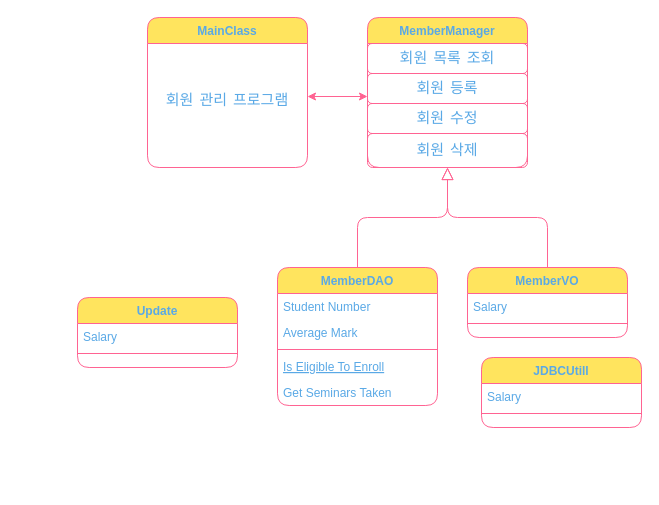
This is src/project/Untitled Diagram.drawio from wijoonwu/JavaProgrammingToyProject, a draw.io file, before an edit. Source tidied: cells renumbered, new cells numbered last; positions are measured from the earlier drawing's top-left corner, leaving out a move shared by most shapes. Both pictures are drawn from the tidied source at 100%, with x=0, y=0 at pixel (77, 17).
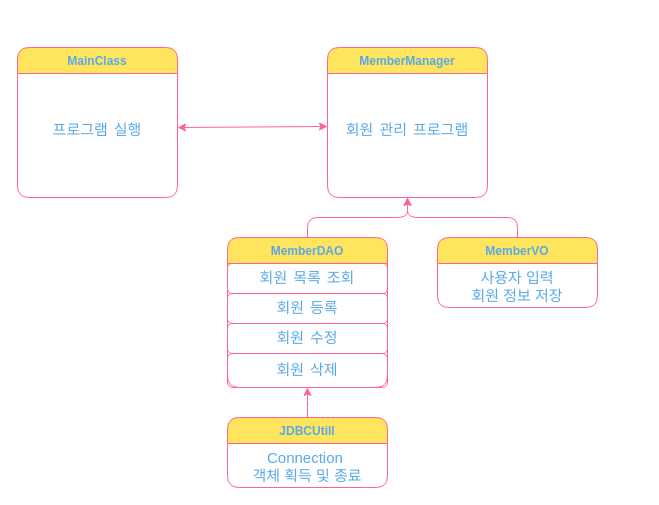
Above is the later version.

What changed in the source:
```diff
@@
     <mxCell id="2" value="MemberManager" style="swimlane;fontStyle=1;align=center;verticalAlign=top;horizontal=1;startSize=26;rounded=1;shadow=0;strokeWidth=1;fillColor=#FFE45E;strokeColor=#FF6392;fontColor=#5AA9E6;" parent="1" vertex="1">
-      <mxGeometry x="290" width="160" height="150" as="geometry" />
+      <mxGeometry x="250" y="30" width="160" height="150" as="geometry" />
     </mxCell>
+    <mxCell id="28" value="회원 관리 프로그램" style="text;align=center;verticalAlign=middle;spacingLeft=4;spacingRight=4;overflow=hidden;fontColor=#5AA9E6;rounded=1;fontStyle=0;fontSize=15;fontFamily=Comic Sans MS;" parent="2" vertex="1">
+      <mxGeometry y="26" width="160" height="110" as="geometry" />
+    </mxCell>
+    <mxCell id="13" style="edgeStyle=orthogonalEdgeStyle;rounded=1;jettySize=auto;html=1;entryX=0.5;entryY=1;entryDx=0;entryDy=0;fontFamily=Comic Sans MS;fontSize=15;fontColor=#5AA9E6;strokeColor=#FF6392;fillColor=#FFE45E;" parent="1" edge="1" source="7" target="2">
+      <mxGeometry relative="1" as="geometry" />
+    </mxCell>
+    <mxCell id="7" value="MemberDAO" style="swimlane;fontStyle=1;align=center;verticalAlign=top;horizontal=1;startSize=26;rounded=1;shadow=0;strokeWidth=1;fillColor=#FFE45E;strokeColor=#FF6392;fontColor=#5AA9E6;" parent="1" vertex="1">
+      <mxGeometry x="150" y="220" width="160" height="150" as="geometry" />
+    </mxCell>
-    <mxCell id="3" value="회원 목록 조회" style="rounded=1;whiteSpace=wrap;html=1;glass=0;fontFamily=Comic Sans MS;fontSize=15;fontColor=#5AA9E6;strokeColor=#FF6392;fillColor=none;gradientColor=none;" parent="2" vertex="1">
+    <mxCell id="3" value="회원 목록 조회" style="rounded=1;whiteSpace=wrap;html=1;glass=0;fontFamily=Comic Sans MS;fontSize=15;fontColor=#5AA9E6;strokeColor=#FF6392;fillColor=none;gradientColor=none;" parent="7" vertex="1">
       <mxGeometry y="26" width="160" height="30" as="geometry" />
     </mxCell>
-    <mxCell id="4" value="회원 등록" style="rounded=1;whiteSpace=wrap;html=1;glass=0;fontFamily=Comic Sans MS;fontSize=15;fontColor=#5AA9E6;strokeColor=#FF6392;fillColor=none;gradientColor=none;" parent="2" vertex="1">
+    <mxCell id="4" value="회원 등록" style="rounded=1;whiteSpace=wrap;html=1;glass=0;fontFamily=Comic Sans MS;fontSize=15;fontColor=#5AA9E6;strokeColor=#FF6392;fillColor=none;gradientColor=none;" parent="7" vertex="1">
       <mxGeometry y="56" width="160" height="30" as="geometry" />
     </mxCell>
-    <mxCell id="5" value="회원 수정" style="rounded=1;whiteSpace=wrap;html=1;glass=0;fontFamily=Comic Sans MS;fontSize=15;fontColor=#5AA9E6;strokeColor=#FF6392;fillColor=none;gradientColor=none;" parent="2" vertex="1">
+    <mxCell id="5" value="회원 수정" style="rounded=1;whiteSpace=wrap;html=1;glass=0;fontFamily=Comic Sans MS;fontSize=15;fontColor=#5AA9E6;strokeColor=#FF6392;fillColor=none;gradientColor=none;" parent="7" vertex="1">
       <mxGeometry y="86" width="160" height="30" as="geometry" />
     </mxCell>
-    <mxCell id="6" value="회원 삭제" style="rounded=1;whiteSpace=wrap;html=1;glass=0;fontFamily=Comic Sans MS;fontSize=15;fontColor=#5AA9E6;strokeColor=#FF6392;fillColor=none;gradientColor=none;" parent="2" vertex="1">
+    <mxCell id="6" value="회원 삭제" style="rounded=1;whiteSpace=wrap;html=1;glass=0;fontFamily=Comic Sans MS;fontSize=15;fontColor=#5AA9E6;strokeColor=#FF6392;fillColor=none;gradientColor=none;" parent="7" vertex="1">
       <mxGeometry y="116" width="160" height="34" as="geometry" />
     </mxCell>
-    <mxCell id="7" value="MemberDAO" style="swimlane;fontStyle=1;align=center;verticalAlign=top;horizontal=1;startSize=26;rounded=1;shadow=0;strokeWidth=1;fillColor=#FFE45E;strokeColor=#FF6392;fontColor=#5AA9E6;" parent="1" vertex="1">
-      <mxGeometry x="200" y="250" width="160" height="138" as="geometry" />
-    </mxCell>
-    <mxCell id="8" value="Student Number" style="text;align=left;verticalAlign=top;spacingLeft=4;spacingRight=4;overflow=hidden;fontColor=#5AA9E6;rounded=1;" parent="7" vertex="1">
-      <mxGeometry y="26" width="160" height="26" as="geometry" />
-    </mxCell>
-    <mxCell id="9" value="Average Mark" style="text;align=left;verticalAlign=top;spacingLeft=4;spacingRight=4;overflow=hidden;rounded=1;shadow=0;html=0;fontColor=#5AA9E6;" parent="7" vertex="1">
-      <mxGeometry y="52" width="160" height="26" as="geometry" />
-    </mxCell>
-    <mxCell id="10" style="line;html=1;strokeWidth=1;align=left;verticalAlign=middle;spacingTop=-1;spacingLeft=3;spacingRight=3;labelPosition=right;fillColor=#FFE45E;strokeColor=#FF6392;fontColor=#5AA9E6;rounded=1;" parent="7" vertex="1">
-      <mxGeometry y="78" width="160" height="8" as="geometry" />
-    </mxCell>
-    <mxCell id="11" value="Is Eligible To Enroll" style="text;align=left;verticalAlign=top;spacingLeft=4;spacingRight=4;overflow=hidden;fontStyle=4;fontColor=#5AA9E6;rounded=1;" parent="7" vertex="1">
-      <mxGeometry y="86" width="160" height="26" as="geometry" />
-    </mxCell>
-    <mxCell id="12" value="Get Seminars Taken" style="text;align=left;verticalAlign=top;spacingLeft=4;spacingRight=4;overflow=hidden;fontColor=#5AA9E6;rounded=1;" parent="7" vertex="1">
-      <mxGeometry y="112" width="160" height="26" as="geometry" />
-    </mxCell>
-    <mxCell id="13" style="endArrow=block;endSize=10;endFill=0;shadow=0;strokeWidth=1;rounded=1;edgeStyle=elbowEdgeStyle;elbow=vertical;strokeColor=#FF6392;fontColor=#5AA9E6;" parent="1" edge="1" source="7" target="2">
-      <mxGeometry relative="1" as="geometry" />
-    </mxCell>
+    <mxCell id="17" style="edgeStyle=orthogonalEdgeStyle;rounded=1;jettySize=auto;html=1;exitX=0.5;exitY=0;exitDx=0;exitDy=0;fontFamily=Comic Sans MS;fontSize=15;fontColor=#5AA9E6;strokeColor=#FF6392;fillColor=#FFE45E;entryX=0.5;entryY=1;entryDx=0;entryDy=0;" parent="1" edge="1" source="14" target="2">
+      <mxGeometry relative="1" as="geometry" />
+    </mxCell>
-    <mxCell id="14" value="MemberVO" style="swimlane;fontStyle=1;align=center;verticalAlign=top;horizontal=1;startSize=26;rounded=1;shadow=0;strokeWidth=1;fillColor=#FFE45E;strokeColor=#FF6392;fontColor=#5AA9E6;" parent="1" vertex="1">
-      <mxGeometry x="390" y="250" width="160" height="70" as="geometry" />
+    <mxCell id="14" value="MemberVO" style="swimlane;fontStyle=1;align=center;verticalAlign=middle;horizontal=1;startSize=26;rounded=1;shadow=0;strokeWidth=1;fillColor=#FFE45E;strokeColor=#FF6392;fontColor=#5AA9E6;" parent="1" vertex="1">
+      <mxGeometry x="360" y="220" width="160" height="70" as="geometry" />
     </mxCell>
-    <mxCell id="15" value="Salary" style="text;align=left;verticalAlign=top;spacingLeft=4;spacingRight=4;overflow=hidden;fontColor=#5AA9E6;rounded=1;" parent="14" vertex="1">
-      <mxGeometry y="26" width="160" height="26" as="geometry" />
+    <mxCell id="15" value="사용자 입력 &#10;회원 정보 저장" style="text;align=center;verticalAlign=middle;spacingLeft=4;spacingRight=4;overflow=hidden;fontColor=#5AA9E6;rounded=1;fontSize=15;" parent="14" vertex="1">
+      <mxGeometry y="26" width="160" height="44" as="geometry" />
     </mxCell>
-    <mxCell id="16" style="line;html=1;strokeWidth=1;align=left;verticalAlign=middle;spacingTop=-1;spacingLeft=3;spacingRight=3;labelPosition=right;fillColor=#FFE45E;strokeColor=#FF6392;fontColor=#5AA9E6;rounded=1;" parent="14" vertex="1">
-      <mxGeometry y="52" width="160" height="8" as="geometry" />
-    </mxCell>
-    <mxCell id="17" style="endArrow=block;endSize=10;endFill=0;shadow=0;strokeWidth=1;rounded=1;edgeStyle=elbowEdgeStyle;elbow=vertical;strokeColor=#FF6392;fontColor=#5AA9E6;" parent="1" edge="1" source="14" target="2">
-      <mxGeometry relative="1" as="geometry" />
-    </mxCell>
     <mxCell id="18" value="MainClass" style="swimlane;fontStyle=1;align=center;verticalAlign=top;horizontal=1;startSize=26;rounded=1;shadow=0;strokeWidth=1;fillColor=#FFE45E;strokeColor=#FF6392;fontColor=#5AA9E6;glass=0;" parent="1" vertex="1">
-      <mxGeometry x="70" width="160" height="150" as="geometry" />
+      <mxGeometry x="-60" y="30" width="160" height="150" as="geometry" />
     </mxCell>
-    <mxCell id="19" value="회원 관리 프로그램" style="text;align=center;verticalAlign=middle;spacingLeft=4;spacingRight=4;overflow=hidden;fontColor=#5AA9E6;rounded=1;fontStyle=0;fontSize=15;fontFamily=Comic Sans MS;" parent="18" vertex="1">
+    <mxCell id="19" value="프로그램 실행" style="text;align=center;verticalAlign=middle;spacingLeft=4;spacingRight=4;overflow=hidden;fontColor=#5AA9E6;rounded=1;fontStyle=0;fontSize=15;fontFamily=Comic Sans MS;" parent="18" vertex="1">
       <mxGeometry y="26" width="160" height="110" as="geometry" />
     </mxCell>
     <mxCell id="20" style="endArrow=open;shadow=0;strokeWidth=1;rounded=1;endFill=1;edgeStyle=elbowEdgeStyle;elbow=vertical;strokeColor=#FF6392;fontColor=#5AA9E6;" parent="1" edge="1">
       <mxGeometry x="0.5" y="41" relative="1" as="geometry">
-        <mxPoint x="290" y="80" as="sourcePoint" />
-        <mxPoint x="290" y="80" as="targetPoint" />
+        <mxPoint x="150" y="120" as="sourcePoint" />
+        <mxPoint x="150" y="120" as="targetPoint" />
         <Array as="points">
-          <mxPoint x="290" y="80" />
-          <mxPoint x="270" y="80" />
-          <mxPoint x="260" y="90" />
+          <mxPoint x="150" y="120" />
+          <mxPoint x="130" y="120" />
+          <mxPoint x="120" y="130" />
         </Array>
         <mxPoint x="-40" y="32" as="offset" />
       </mxGeometry>
     </mxCell>
-    <mxCell id="21" value="Update" style="swimlane;fontStyle=1;align=center;verticalAlign=top;horizontal=1;startSize=26;rounded=1;shadow=0;strokeWidth=1;fillColor=#FFE45E;strokeColor=#FF6392;fontColor=#5AA9E6;" parent="1" vertex="1">
-      <mxGeometry y="280" width="160" height="70" as="geometry" />
-    </mxCell>
-    <mxCell id="22" value="Salary" style="text;align=left;verticalAlign=top;spacingLeft=4;spacingRight=4;overflow=hidden;fontColor=#5AA9E6;rounded=1;" parent="21" vertex="1">
-      <mxGeometry y="26" width="160" height="26" as="geometry" />
-    </mxCell>
-    <mxCell id="23" style="line;html=1;strokeWidth=1;align=left;verticalAlign=middle;spacingTop=-1;spacingLeft=3;spacingRight=3;labelPosition=right;fillColor=#FFE45E;strokeColor=#FF6392;fontColor=#5AA9E6;rounded=1;" parent="21" vertex="1">
-      <mxGeometry y="52" width="160" height="8" as="geometry" />
-    </mxCell>
+    <mxCell id="29" style="edgeStyle=orthogonalEdgeStyle;rounded=1;jettySize=auto;html=1;entryX=0.5;entryY=1;entryDx=0;entryDy=0;fontFamily=Comic Sans MS;fontSize=15;fontColor=#5AA9E6;strokeColor=#FF6392;fillColor=#FFE45E;" parent="1" edge="1" source="24" target="6">
+      <mxGeometry relative="1" as="geometry" />
+    </mxCell>
     <mxCell id="24" value="JDBCUtill" style="swimlane;fontStyle=1;align=center;verticalAlign=top;horizontal=1;startSize=26;rounded=1;shadow=0;strokeWidth=1;fillColor=#FFE45E;strokeColor=#FF6392;fontColor=#5AA9E6;" parent="1" vertex="1">
-      <mxGeometry x="404" y="340" width="160" height="70" as="geometry" />
+      <mxGeometry x="150" y="400" width="160" height="70" as="geometry" />
     </mxCell>
-    <mxCell id="25" value="Salary" style="text;align=left;verticalAlign=top;spacingLeft=4;spacingRight=4;overflow=hidden;fontColor=#5AA9E6;rounded=1;" parent="24" vertex="1">
-      <mxGeometry y="26" width="160" height="26" as="geometry" />
+    <mxCell id="25" value="Connection &#10;객체 획득 및 종료" style="text;align=center;verticalAlign=middle;spacingLeft=4;spacingRight=4;overflow=hidden;fontColor=#5AA9E6;rounded=1;fontSize=15;" parent="24" vertex="1">
+      <mxGeometry y="26" width="160" height="44" as="geometry" />
     </mxCell>
-    <mxCell id="26" style="line;html=1;strokeWidth=1;align=left;verticalAlign=middle;spacingTop=-1;spacingLeft=3;spacingRight=3;labelPosition=right;fillColor=#FFE45E;strokeColor=#FF6392;fontColor=#5AA9E6;rounded=1;" parent="24" vertex="1">
-      <mxGeometry y="52" width="160" height="8" as="geometry" />
-    </mxCell>
     <mxCell id="27" style="endArrow=classic;startArrow=classic;html=1;rounded=1;fontFamily=Comic Sans MS;fontSize=15;fontColor=#5AA9E6;strokeColor=#FF6392;fillColor=#FFE45E;" parent="1" edge="1">
       <mxGeometry relative="1" as="geometry">
-        <mxPoint x="230" y="79" as="sourcePoint" />
-        <mxPoint x="290" y="79" as="targetPoint" />
+        <mxPoint x="100" y="110" as="sourcePoint" />
+        <mxPoint x="250" y="109" as="targetPoint" />
       </mxGeometry>
     </mxCell>
```
